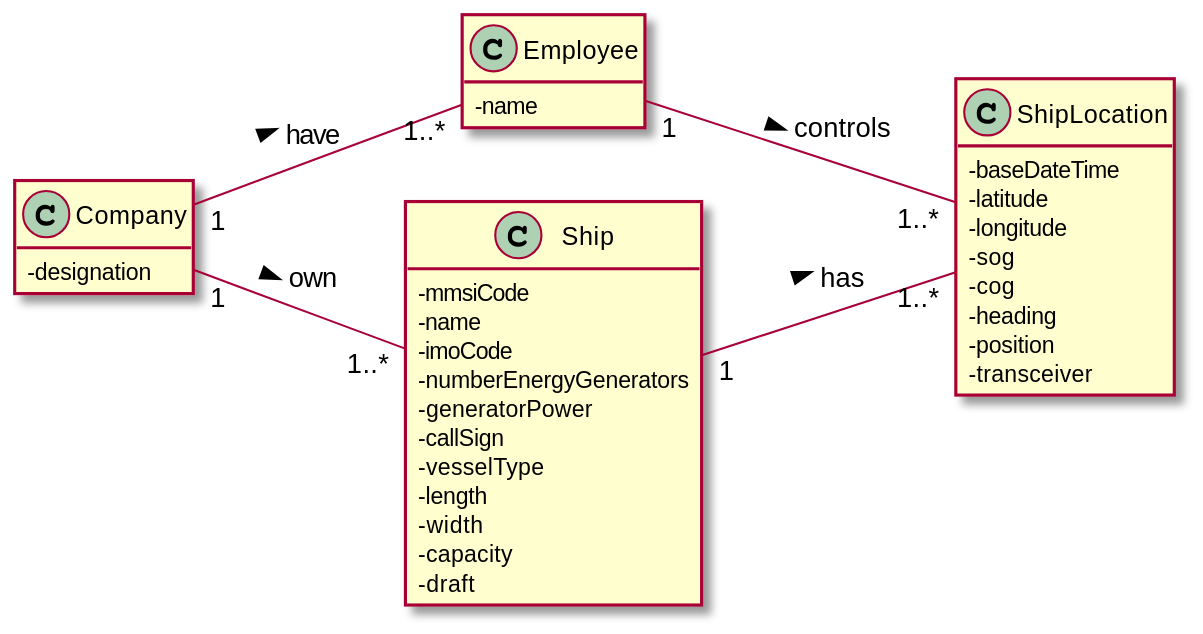
The PlantUML diagram docs/US107/US107_DM.svg in 0franciscor/lapr3-2021-g042, before a commit.
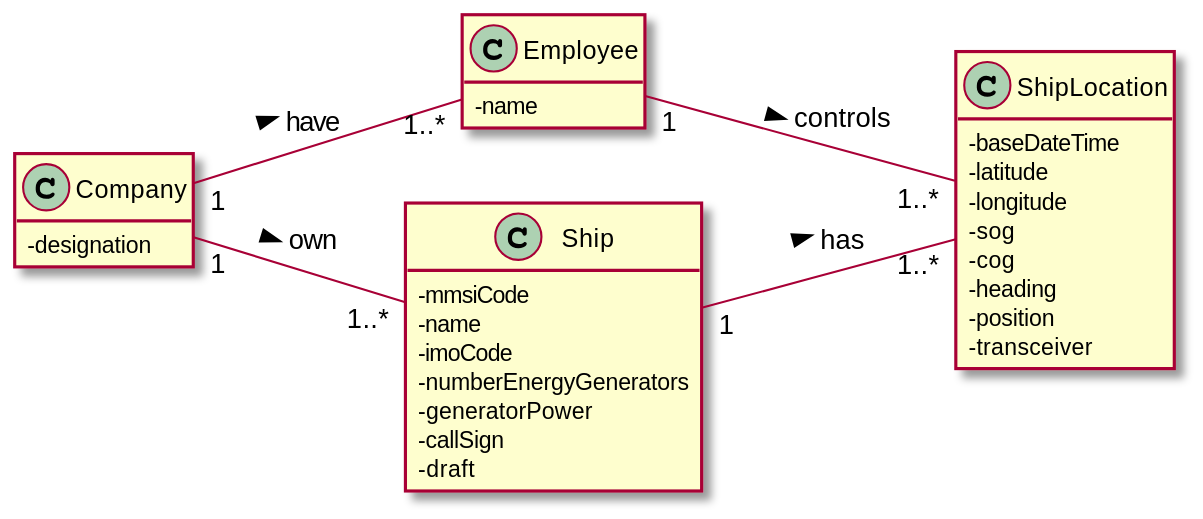
Later version of the same file.

Change to the diagram source:
```diff
@@ -27,10 +27,6 @@
 -numberEnergyGenerators
 -generatorPower
 -callSign
--vesselType
--length
--width
--capacity
 -draft
 }
 
```
